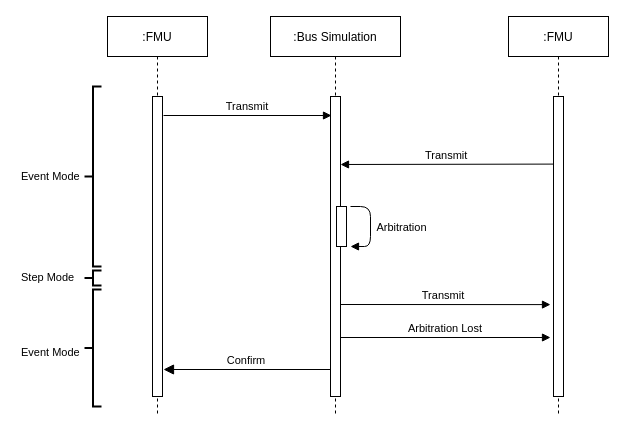
Before: docs/images/can_arbitration.drawio in modelica/fmi-ls-bus, a draw.io diagram. Source tidied: cells renumbered, new cells numbered last; positions are measured from the earlier drawing's top-left corner, leaving out a move shared by most shapes. Both pictures are drawn from the tidied source at 100%, with x=0, y=0 at pixel (16, 16).
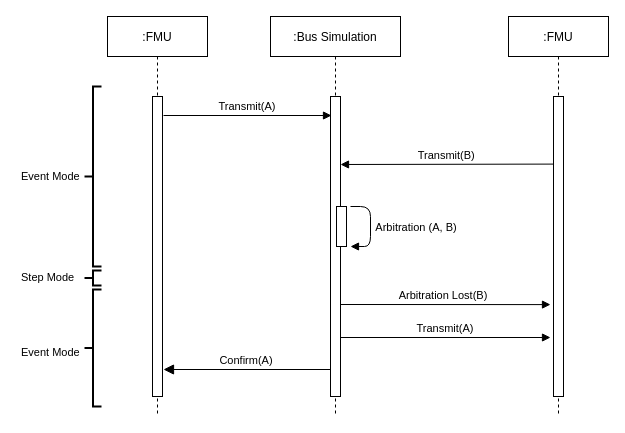
After the change.

Diff of the diagram source:
```diff
@@
-    <mxCell id="9" value="Arbitration " style="verticalAlign=bottom;endArrow=block;shadow=0;strokeWidth=1;" parent="1" edge="1">
-      <mxGeometry x="0.25" y="33" relative="1" as="geometry">
+    <mxCell id="9" value="Arbitration (A, B)" style="verticalAlign=bottom;endArrow=block;shadow=0;strokeWidth=1;spacingLeft=6;" parent="1" edge="1">
+      <mxGeometry x="0.25" y="43" relative="1" as="geometry">
         <mxPoint x="334" y="190" as="sourcePoint" />
         <mxPoint x="334" y="230" as="targetPoint" />
         <Array as="points">
           <mxPoint x="354" y="190" />
           <mxPoint x="354" y="230" />
         </Array>
       </mxGeometry>
     </mxCell>
-    <mxCell id="10" value="Transmit" style="verticalAlign=bottom;endArrow=block;entryX=0;entryY=0;shadow=0;strokeWidth=1;" parent="1" edge="1">
+    <mxCell id="10" value="Transmit(A)" style="verticalAlign=bottom;endArrow=block;entryX=0;entryY=0;shadow=0;strokeWidth=1;" parent="1" edge="1">
       <mxGeometry relative="1" as="geometry">
         <mxPoint x="147" y="99" as="sourcePoint" />
         <mxPoint x="315" y="99" as="targetPoint" />
       </mxGeometry>
     </mxCell>
-    <mxCell id="11" value="Transmit" style="verticalAlign=bottom;endArrow=block;shadow=0;strokeWidth=1;exitX=0.02;exitY=0.088;exitDx=0;exitDy=0;exitPerimeter=0;" parent="1" edge="1">
+    <mxCell id="11" value="Transmit(B)" style="verticalAlign=bottom;endArrow=block;shadow=0;strokeWidth=1;exitX=0.02;exitY=0.088;exitDx=0;exitDy=0;exitPerimeter=0;" parent="1" edge="1">
       <mxGeometry relative="1" as="geometry">
         <mxPoint x="537.2" y="147.6" as="sourcePoint" />
         <mxPoint x="324" y="148" as="targetPoint" />
       </mxGeometry>
     </mxCell>
-    <mxCell id="12" value="Arbitration Lost" style="verticalAlign=bottom;endArrow=block;shadow=0;strokeWidth=1;endFill=1;fontSize=11;" parent="1" edge="1">
+    <mxCell id="12" value="Transmit(A)" style="verticalAlign=bottom;endArrow=block;shadow=0;strokeWidth=1;endFill=1;fontSize=11;" parent="1" edge="1">
       <mxGeometry relative="1" as="geometry">
         <mxPoint x="324" y="321" as="sourcePoint" />
         <mxPoint x="534" y="321" as="targetPoint" />
       </mxGeometry>
     </mxCell>
-    <mxCell id="13" value="Transmit" style="verticalAlign=bottom;endArrow=block;entryX=0.42;entryY=0.587;shadow=0;strokeWidth=1;entryDx=0;entryDy=0;entryPerimeter=0;align=center;spacing=4;" parent="1" edge="1">
+    <mxCell id="13" value="Arbitration Lost(B)" style="verticalAlign=bottom;endArrow=block;entryX=0.42;entryY=0.587;shadow=0;strokeWidth=1;entryDx=0;entryDy=0;entryPerimeter=0;align=center;spacing=4;" parent="1" edge="1">
       <mxGeometry x="-0.02" y="-2" relative="1" as="geometry">
         <mxPoint x="324" y="288" as="sourcePoint" />
         <mxPoint x="534" y="288.1" as="targetPoint" />
       </mxGeometry>
     </mxCell>
-    <mxCell id="14" value="Confirm" style="verticalAlign=bottom;endArrow=block;endSize=8;exitX=0;exitY=0.95;shadow=0;strokeWidth=1;endFill=1;" parent="1" edge="1">
+    <mxCell id="14" value="Confirm(A)" style="verticalAlign=bottom;endArrow=block;endSize=8;exitX=0;exitY=0.95;shadow=0;strokeWidth=1;endFill=1;" parent="1" edge="1">
       <mxGeometry relative="1" as="geometry">
         <mxPoint x="314" y="353" as="sourcePoint" />
         <mxPoint x="147" y="353" as="targetPoint" />
       </mxGeometry>
     </mxCell>
```
